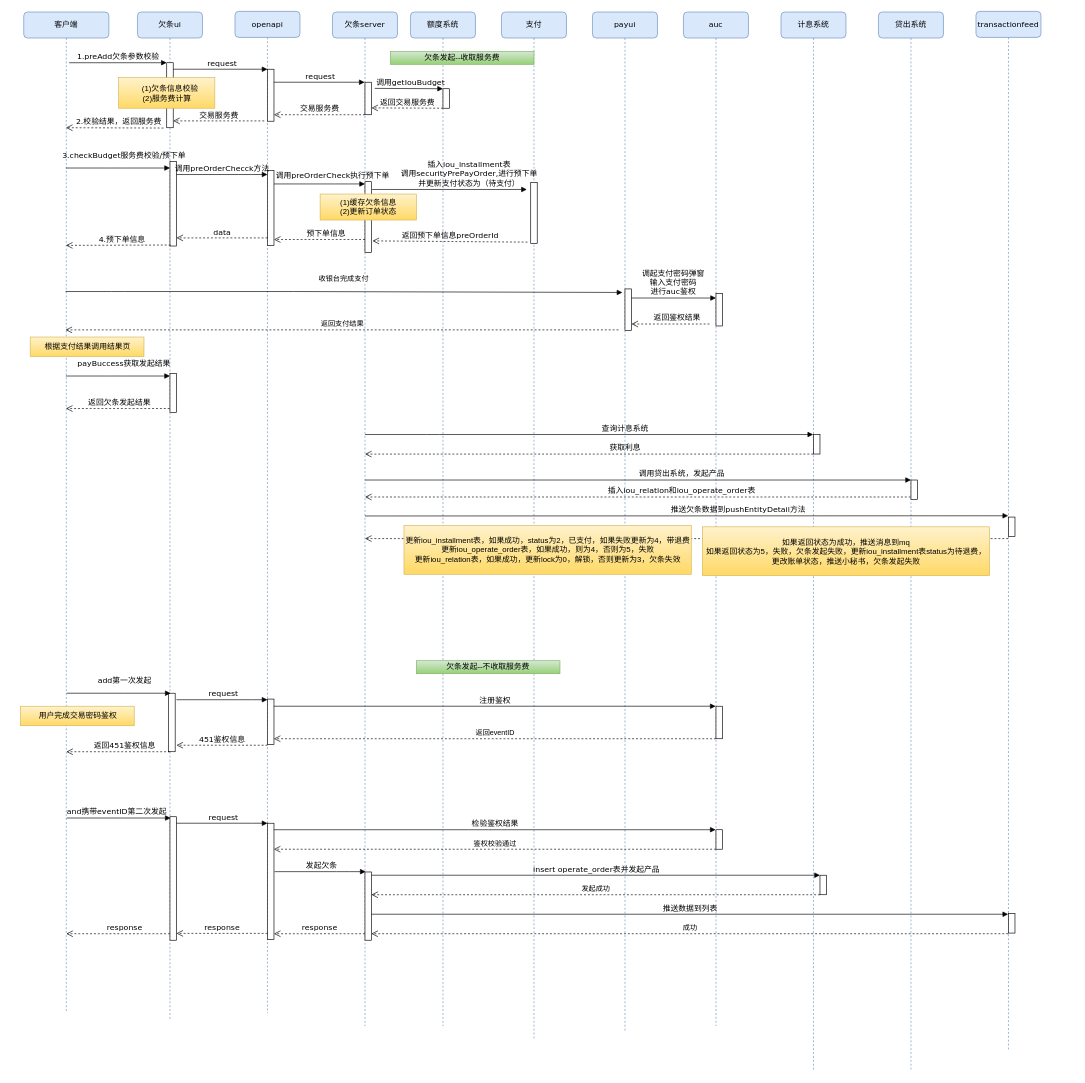
Racheil/Http keeps this draw.io diagram as 债务人发起欠条.drawio. Above is the earlier version. Source tidied: cells renumbered, new cells numbered last; positions are measured from the earlier drawing's top-left corner, leaving out a move shared by most shapes. Both pictures are drawn from the tidied source at 65%, with x=0, y=0 at pixel (20, 11).
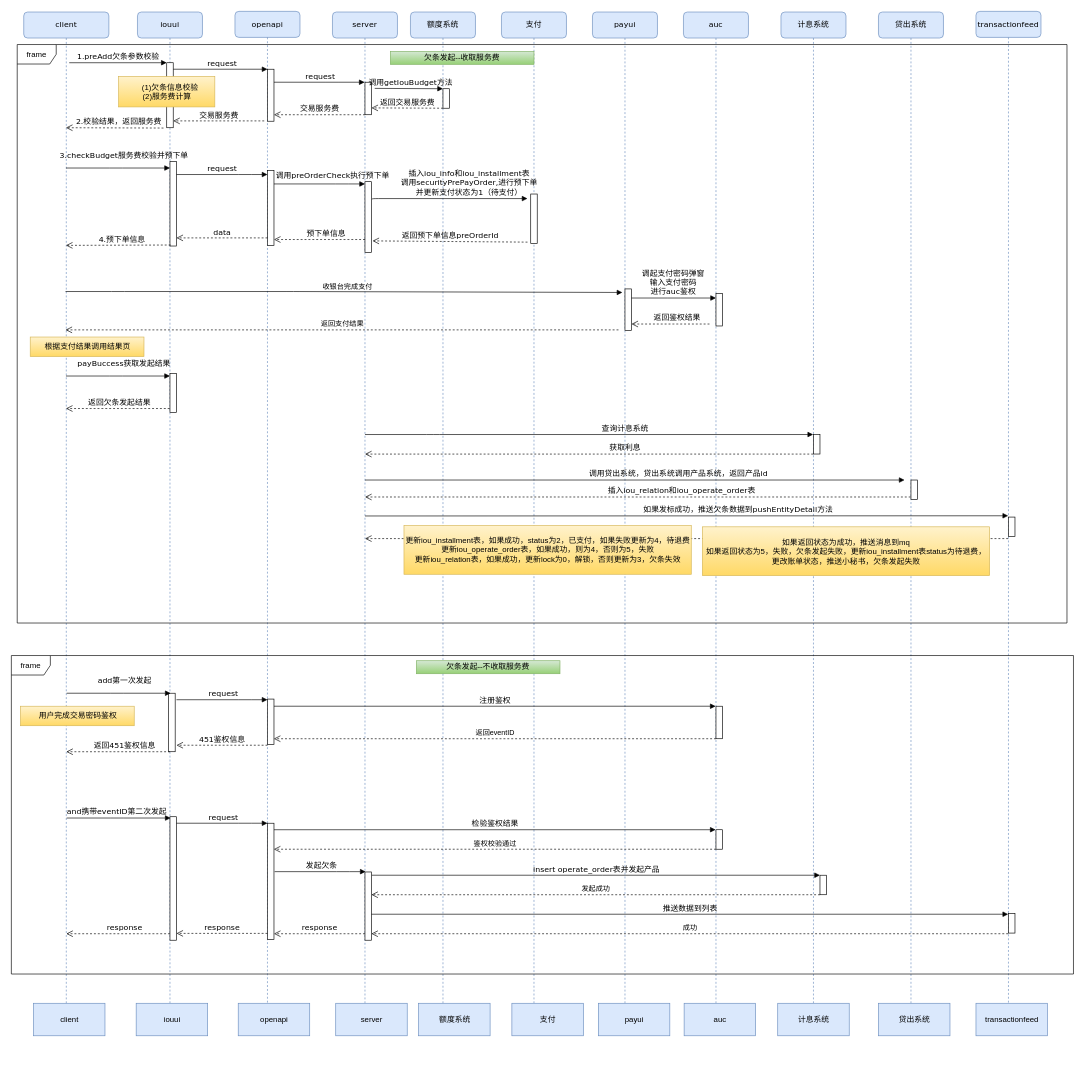
After the change.

Commit message:
更新债务人发起欠条.drawio

Unchanged cells that the change refers to:
```xml
<mxCell id="27" style="html=1;points=[];perimeter=orthogonalPerimeter;" parent="26" vertex="1">
  <mxGeometry x="50" y="720" width="10" height="30" as="geometry" />
</mxCell>
<mxCell id="33" style="html=1;points=[];perimeter=orthogonalPerimeter;rounded=0;shadow=0;comic=0;labelBackgroundColor=none;strokeColor=#000000;strokeWidth=1;fillColor=#FFFFFF;fontFamily=Verdana;fontSize=12;fontColor=#000000;align=center;" parent="1" vertex="1">
  <mxGeometry x="650" y="119" width="10" height="30" as="geometry" />
</mxCell>
<mxCell id="44" style="html=1;points=[];perimeter=orthogonalPerimeter;rounded=0;shadow=0;comic=0;labelBackgroundColor=none;strokeColor=#000000;strokeWidth=1;fillColor=#FFFFFF;fontFamily=Verdana;fontSize=12;fontColor=#000000;align=center;" parent="1" vertex="1">
  <mxGeometry x="930" y="427" width="10" height="64" as="geometry" />
</mxCell>
```

The edit, as a diff of the source:
```diff
@@
-    <mxCell id="2" value="欠条ui" style="shape=umlLifeline;perimeter=lifelinePerimeter;whiteSpace=wrap;html=1;outlineConnect=0;rounded=1;shadow=0;comic=0;labelBackgroundColor=none;strokeWidth=1;fontFamily=Verdana;fontSize=12;align=center;fillColor=#dae8fc;strokeColor=#6c8ebf;" parent="1" vertex="1">
+    <mxCell id="2" value="iouui" style="shape=umlLifeline;perimeter=lifelinePerimeter;whiteSpace=wrap;html=1;outlineConnect=0;rounded=1;shadow=0;comic=0;labelBackgroundColor=none;strokeWidth=1;fontFamily=Verdana;fontSize=12;align=center;fillColor=#dae8fc;strokeColor=#6c8ebf;" parent="1" vertex="1">
       <mxGeometry x="180" y="1" width="100" height="1550" as="geometry" />
     </mxCell>
@@
-    <mxCell id="12" value="欠条server" style="shape=umlLifeline;perimeter=lifelinePerimeter;whiteSpace=wrap;html=1;outlineConnect=0;rounded=1;shadow=0;comic=0;labelBackgroundColor=none;strokeWidth=1;fontFamily=Verdana;fontSize=12;align=center;fillColor=#dae8fc;strokeColor=#6c8ebf;" parent="1" vertex="1">
+    <mxCell id="12" value="server" style="shape=umlLifeline;perimeter=lifelinePerimeter;whiteSpace=wrap;html=1;outlineConnect=0;rounded=1;shadow=0;comic=0;labelBackgroundColor=none;strokeWidth=1;fontFamily=Verdana;fontSize=12;align=center;fillColor=#dae8fc;strokeColor=#6c8ebf;" parent="1" vertex="1">
       <mxGeometry x="480" y="1" width="100" height="1560" as="geometry" />
     </mxCell>
@@
     <mxCell id="16" value="支付" style="shape=umlLifeline;perimeter=lifelinePerimeter;whiteSpace=wrap;html=1;rounded=1;shadow=0;comic=0;labelBackgroundColor=none;strokeWidth=1;fontFamily=Verdana;fontSize=12;align=center;fillColor=#dae8fc;strokeColor=#6c8ebf;" parent="1" vertex="1">
-      <mxGeometry x="740" y="1" width="100" height="1580" as="geometry" />
+      <mxGeometry x="740" y="1" width="100" height="1540" as="geometry" />
     </mxCell>
     <mxCell id="17" style="html=1;perimeter=orthogonalPerimeter;rounded=0;shadow=0;comic=0;labelBackgroundColor=none;strokeColor=#000000;strokeWidth=1;fillColor=#FFFFFF;fontFamily=Verdana;fontSize=12;fontColor=#000000;align=center;" parent="16" vertex="1">
-      <mxGeometry x="45" y="262" width="10" height="94" as="geometry" />
+      <mxGeometry x="45" y="280" width="10" height="76" as="geometry" />
     </mxCell>
@@
-    <mxCell id="19" value="客户端" style="shape=umlLifeline;perimeter=lifelinePerimeter;whiteSpace=wrap;html=1;outlineConnect=0;rounded=1;shadow=0;comic=0;labelBackgroundColor=none;strokeWidth=1;fontFamily=Verdana;fontSize=12;align=center;fillColor=#dae8fc;strokeColor=#6c8ebf;" parent="1" vertex="1">
+    <mxCell id="19" value="client" style="shape=umlLifeline;perimeter=lifelinePerimeter;whiteSpace=wrap;html=1;outlineConnect=0;rounded=1;shadow=0;comic=0;labelBackgroundColor=none;strokeWidth=1;fontFamily=Verdana;fontSize=12;align=center;fillColor=#dae8fc;strokeColor=#6c8ebf;" parent="1" vertex="1">
       <mxGeometry x="5" y="1" width="131" height="1540" as="geometry" />
     </mxCell>
@@
     <mxCell id="24" value="transactionfeed" style="shape=umlLifeline;perimeter=lifelinePerimeter;whiteSpace=wrap;html=1;outlineConnect=0;rounded=1;shadow=0;comic=0;labelBackgroundColor=none;strokeWidth=1;fontFamily=Verdana;fontSize=12;align=center;fillColor=#dae8fc;strokeColor=#6c8ebf;" parent="1" vertex="1">
-      <mxGeometry x="1470" width="100" height="1600" as="geometry" />
+      <mxGeometry x="1470" width="100" height="1551" as="geometry" />
     </mxCell>
@@
     <mxCell id="26" value="贷出系统" style="shape=umlLifeline;perimeter=lifelinePerimeter;whiteSpace=wrap;html=1;outlineConnect=0;rounded=1;shadow=0;comic=0;labelBackgroundColor=none;strokeWidth=1;fontFamily=Verdana;fontSize=12;align=center;fillColor=#dae8fc;strokeColor=#6c8ebf;" parent="1" vertex="1">
-      <mxGeometry x="1320" y="1" width="100" height="1630" as="geometry" />
+      <mxGeometry x="1320" y="1" width="100" height="1560" as="geometry" />
     </mxCell>
@@
-    <mxCell id="34" value="调用getIouBudget" style="html=1;verticalAlign=bottom;endArrow=block;labelBackgroundColor=none;fontFamily=Verdana;fontSize=12;edgeStyle=elbowEdgeStyle;elbow=vertical;entryX=0;entryY=0;entryDx=0;entryDy=0;entryPerimeter=0;" parent="1" edge="1" target="33">
+    <mxCell id="34" value="调用getIouBudget方法" style="html=1;verticalAlign=bottom;endArrow=block;labelBackgroundColor=none;fontFamily=Verdana;fontSize=12;edgeStyle=elbowEdgeStyle;elbow=vertical;entryX=0;entryY=0;entryDx=0;entryDy=0;entryPerimeter=0;" parent="1" edge="1" target="33">
       <mxGeometry x="0.05" relative="1" as="geometry">
         <mxPoint x="545" y="118.5" as="sourcePoint" />
       </mxGeometry>
     </mxCell>
@@
-    <mxCell id="36" value="3.checkBudget服务费校验/预下单" style="html=1;verticalAlign=bottom;endArrow=block;labelBackgroundColor=none;fontFamily=Verdana;fontSize=12;edgeStyle=elbowEdgeStyle;elbow=vertical;" parent="1" edge="1">
+    <mxCell id="36" value="3.checkBudget服务费校验并预下单" style="html=1;verticalAlign=bottom;endArrow=block;labelBackgroundColor=none;fontFamily=Verdana;fontSize=12;edgeStyle=elbowEdgeStyle;elbow=vertical;" parent="1" edge="1">
       <mxGeometry x="0.11" y="10" relative="1" as="geometry">
         <mxPoint x="70" y="241" as="sourcePoint" />
         <mxPoint x="230" y="241" as="targetPoint" />
         <Array as="points">
           <mxPoint x="147" y="241" />
         </Array>
       </mxGeometry>
     </mxCell>
@@
-    <mxCell id="39" value="调用preOrderChecck方法" style="html=1;verticalAlign=bottom;endArrow=block;labelBackgroundColor=none;fontFamily=Verdana;fontSize=12;edgeStyle=elbowEdgeStyle;elbow=vertical;" parent="1" edge="1">
+    <mxCell id="39" value="request" style="html=1;verticalAlign=bottom;endArrow=block;labelBackgroundColor=none;fontFamily=Verdana;fontSize=12;edgeStyle=elbowEdgeStyle;elbow=vertical;" parent="1" edge="1">
       <mxGeometry x="0.5" y="-35" relative="1" as="geometry">
         <mxPoint x="240" y="251" as="sourcePoint" />
         <mxPoint x="380" y="251" as="targetPoint" />
         <Array as="points">
           <mxPoint x="345" y="251" />
         </Array>
         <mxPoint x="-35" y="-35" as="offset" />
       </mxGeometry>
     </mxCell>
@@
-    <mxCell id="42" value="&lt;br&gt;插入iou_installment表&lt;br&gt;调用securityPrePayOrder,进行预下单&lt;br&gt;并更新支付状态为（待支付）" style="html=1;verticalAlign=bottom;endArrow=block;labelBackgroundColor=none;fontFamily=Verdana;fontSize=12;edgeStyle=elbowEdgeStyle;elbow=vertical;exitX=1.157;exitY=0.728;exitDx=0;exitDy=0;exitPerimeter=0;" parent="1" edge="1">
+    <mxCell id="42" value="&lt;br&gt;插入iou_info和iou_installment表&lt;br&gt;调用securityPrePayOrder,进行预下单&lt;br&gt;并更新支付状态为1（待支付）" style="html=1;verticalAlign=bottom;endArrow=block;labelBackgroundColor=none;fontFamily=Verdana;fontSize=12;edgeStyle=elbowEdgeStyle;elbow=vertical;exitX=1.157;exitY=0.728;exitDx=0;exitDy=0;exitPerimeter=0;" parent="1" edge="1">
       <mxGeometry x="0.25" relative="1" as="geometry">
-        <mxPoint x="541" y="274" as="sourcePoint" />
-        <mxPoint x="779" y="274" as="targetPoint" />
+        <mxPoint x="541" y="289" as="sourcePoint" />
+        <mxPoint x="780" y="288" as="targetPoint" />
+        <Array as="points">
+          <mxPoint x="780" y="288" />
+        </Array>
       </mxGeometry>
     </mxCell>
@@
     <mxCell id="50" value="&amp;nbsp; &amp;nbsp;(1)欠条信息校验&lt;br&gt;(2)服务费计算" style="html=1;fillColor=#fff2cc;strokeColor=#d6b656;gradientColor=#ffd966;" parent="1" vertex="1">
-      <mxGeometry x="151" y="102" width="148" height="47" as="geometry" />
+      <mxGeometry x="151" y="100" width="148" height="47" as="geometry" />
     </mxCell>
@@
-    <mxCell id="54" value="(1)缓存欠条信息&lt;br&gt;(2)更新订单状态" style="html=1;fillColor=#fff2cc;strokeColor=#d6b656;gradientColor=#ffd966;" parent="1" vertex="1">
-      <mxGeometry x="461" y="281" width="148" height="40" as="geometry" />
-    </mxCell>
     <mxCell id="55" value="收银台完成支付" style="html=1;verticalAlign=bottom;endArrow=block;entryX=-0.399;entryY=0.085;entryDx=0;entryDy=0;entryPerimeter=0;" parent="1" edge="1" target="44">
-      <mxGeometry y="10" relative="1" as="geometry">
+      <mxGeometry x="0.01" y="-1" relative="1" as="geometry">
         <mxPoint x="69.3" y="431" as="sourcePoint" />
         <Array as="points">
           <mxPoint x="150" y="431" />
           <mxPoint x="420" y="431" />
         </Array>
+        <mxPoint x="1" as="offset" />
       </mxGeometry>
     </mxCell>
@@
     <mxCell id="80" value="计息系统" style="shape=umlLifeline;perimeter=lifelinePerimeter;whiteSpace=wrap;html=1;outlineConnect=0;rounded=1;shadow=0;comic=0;labelBackgroundColor=none;strokeWidth=1;fontFamily=Verdana;fontSize=12;align=center;fillColor=#dae8fc;strokeColor=#6c8ebf;" parent="1" vertex="1">
-      <mxGeometry x="1170" y="1" width="100" height="1630" as="geometry" />
+      <mxGeometry x="1170" y="1" width="100" height="1560" as="geometry" />
     </mxCell>
@@
-    <mxCell id="83" value="调用贷出系统，发起产品" style="html=1;verticalAlign=bottom;endArrow=block;labelBackgroundColor=none;fontFamily=Verdana;fontSize=12;edgeStyle=elbowEdgeStyle;elbow=vertical;entryX=0.5;entryY=0.442;entryDx=0;entryDy=0;entryPerimeter=0;" parent="1" edge="1" target="26">
+    <mxCell id="83" value="调用贷出系统，贷出系统调用产品系统，返回产品id" style="html=1;verticalAlign=bottom;endArrow=block;labelBackgroundColor=none;fontFamily=Verdana;fontSize=12;edgeStyle=elbowEdgeStyle;elbow=vertical;entryX=-0.986;entryY=0.01;entryDx=0;entryDy=0;entryPerimeter=0;" parent="1" edge="1" target="27">
       <mxGeometry x="0.16" relative="1" as="geometry">
         <mxPoint x="530" y="721" as="sourcePoint" />
         <Array as="points">
           <mxPoint x="635" y="721" />
         </Array>
       </mxGeometry>
     </mxCell>
@@
-    <mxCell id="85" value="推送欠条数据到pushEntityDetail方法" style="html=1;verticalAlign=bottom;endArrow=block;labelBackgroundColor=none;fontFamily=Verdana;fontSize=12;edgeStyle=elbowEdgeStyle;elbow=vertical;exitX=0.5;exitY=0.497;exitDx=0;exitDy=0;exitPerimeter=0;" parent="1" edge="1" source="12" target="24">
+    <mxCell id="85" value="如果发标成功，推送欠条数据到pushEntityDetail方法" style="html=1;verticalAlign=bottom;endArrow=block;labelBackgroundColor=none;fontFamily=Verdana;fontSize=12;edgeStyle=elbowEdgeStyle;elbow=vertical;exitX=0.5;exitY=0.497;exitDx=0;exitDy=0;exitPerimeter=0;" parent="1" edge="1" source="12" target="24">
       <mxGeometry x="0.16" relative="1" as="geometry" />
     </mxCell>
@@
-    <mxCell id="88" value="更新iou_installment表，如果成功，status为2，已支付，如果失败更新为4，带退费&lt;br&gt;更新iou_operate_order表，如果成功，则为4，否则为5，失败&lt;br&gt;更新iou_relation表，如果成功，更新lock为0，解锁，否则更新为3，欠条失效" style="html=1;fillColor=#fff2cc;strokeColor=#d6b656;gradientColor=#ffd966;" parent="1" vertex="1">
+    <mxCell id="88" value="更新iou_installment表，如果成功，status为2，已支付，如果失败更新为4，待退费&lt;br&gt;更新iou_operate_order表，如果成功，则为4，否则为5，失败&lt;br&gt;更新iou_relation表，如果成功，更新lock为0，解锁，否则更新为3，欠条失效" style="html=1;fillColor=#fff2cc;strokeColor=#d6b656;gradientColor=#ffd966;" parent="1" vertex="1">
       <mxGeometry x="590" y="791" width="442" height="75" as="geometry" />
     </mxCell>
@@
+    <mxCell id="90" value="client" style="html=1;fillColor=#dae8fc;strokeColor=#6c8ebf;" parent="1" vertex="1">
+      <mxGeometry x="20" y="1526" width="110" height="50" as="geometry" />
+    </mxCell>
+    <mxCell id="91" value="iouui" style="html=1;fillColor=#dae8fc;strokeColor=#6c8ebf;" parent="1" vertex="1">
+      <mxGeometry x="178" y="1526" width="110" height="50" as="geometry" />
+    </mxCell>
+    <mxCell id="92" value="openapi" style="html=1;fillColor=#dae8fc;strokeColor=#6c8ebf;" parent="1" vertex="1">
+      <mxGeometry x="335" y="1526" width="110" height="50" as="geometry" />
+    </mxCell>
+    <mxCell id="93" value="server" style="html=1;fillColor=#dae8fc;strokeColor=#6c8ebf;" parent="1" vertex="1">
+      <mxGeometry x="485" y="1526" width="110" height="50" as="geometry" />
+    </mxCell>
+    <mxCell id="94" value="额度系统" style="html=1;fillColor=#dae8fc;strokeColor=#6c8ebf;" parent="1" vertex="1">
+      <mxGeometry x="612.5" y="1526" width="110" height="50" as="geometry" />
+    </mxCell>
+    <mxCell id="95" value="支付" style="html=1;fillColor=#dae8fc;strokeColor=#6c8ebf;" parent="1" vertex="1">
+      <mxGeometry x="756" y="1526" width="110" height="50" as="geometry" />
+    </mxCell>
+    <mxCell id="96" value="payui" style="html=1;fillColor=#dae8fc;strokeColor=#6c8ebf;" parent="1" vertex="1">
+      <mxGeometry x="889" y="1526" width="110" height="50" as="geometry" />
+    </mxCell>
+    <mxCell id="97" value="auc" style="html=1;fillColor=#dae8fc;strokeColor=#6c8ebf;" parent="1" vertex="1">
+      <mxGeometry x="1021" y="1526" width="110" height="50" as="geometry" />
+    </mxCell>
+    <mxCell id="98" value="计息系统" style="html=1;fillColor=#dae8fc;strokeColor=#6c8ebf;" parent="1" vertex="1">
+      <mxGeometry x="1165" y="1526" width="110" height="50" as="geometry" />
+    </mxCell>
+    <mxCell id="99" value="贷出系统" style="html=1;fillColor=#dae8fc;strokeColor=#6c8ebf;" parent="1" vertex="1">
+      <mxGeometry x="1320" y="1526" width="110" height="50" as="geometry" />
+    </mxCell>
+    <mxCell id="100" value="transactionfeed" style="html=1;fillColor=#dae8fc;strokeColor=#6c8ebf;" parent="1" vertex="1">
+      <mxGeometry x="1470" y="1526" width="110" height="50" as="geometry" />
+    </mxCell>
+    <mxCell id="101" value="frame" style="shape=umlFrame;whiteSpace=wrap;html=1;" parent="1" vertex="1">
+      <mxGeometry x="-14" y="991" width="1634" height="490" as="geometry" />
+    </mxCell>
+    <mxCell id="102" value="frame" style="shape=umlFrame;whiteSpace=wrap;html=1;" parent="1" vertex="1">
+      <mxGeometry x="-5" y="51" width="1615" height="890" as="geometry" />
+    </mxCell>
```
